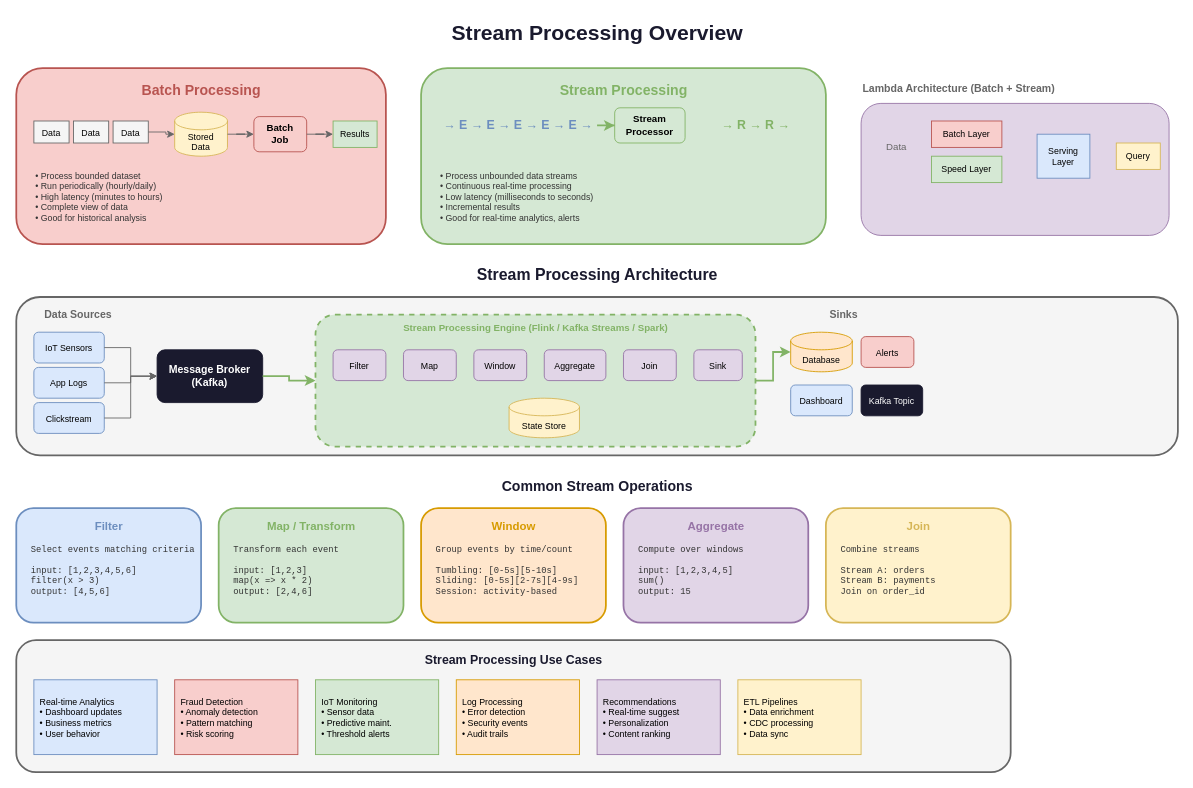
MrParkerZ7/document-lesson-software-architect-x-claude keeps this draw.io diagram as lesson-02-event-driven-architecture/diagrams/4.1-stream-processing-overview.drawio. Above is the earlier version. Source tidied: cells renumbered, new cells numbered last; positions are measured from the earlier drawing's top-left corner, leaving out a move shared by most shapes. Both pictures are drawn from the tidied source at 88%, with x=0, y=0 at pixel (16, 15).
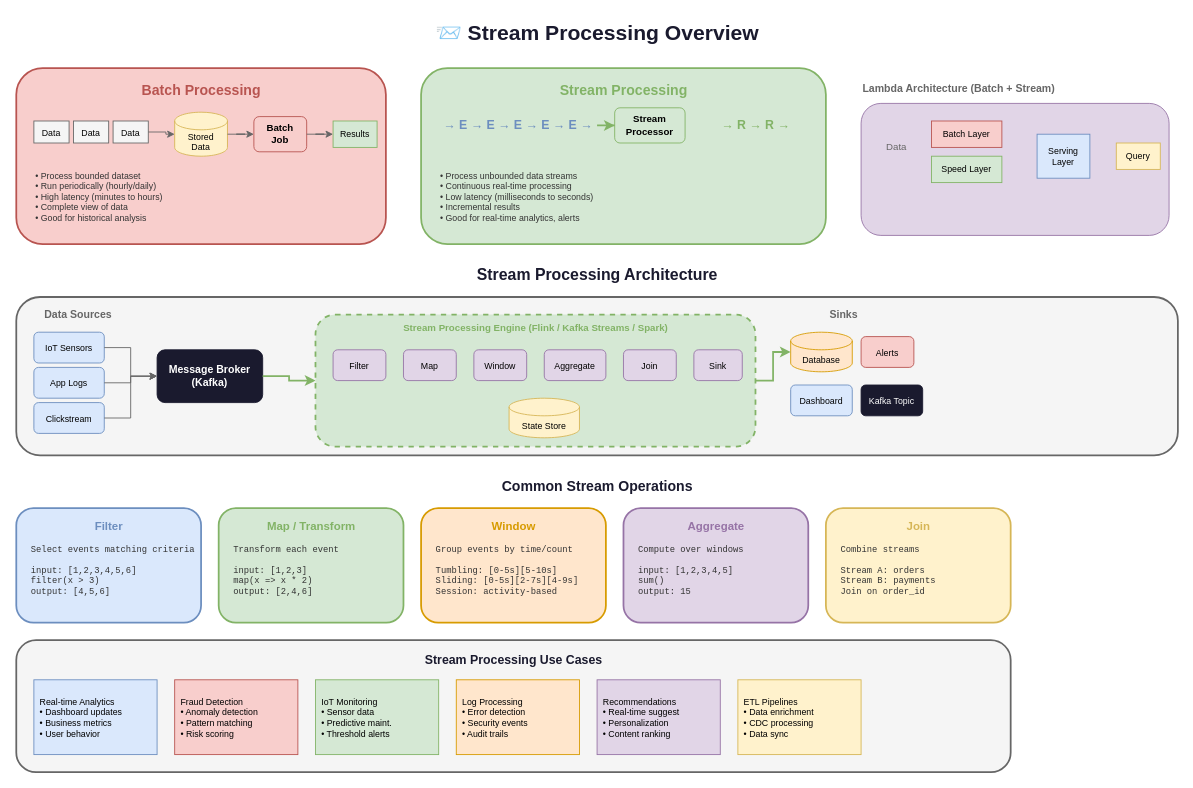
The same page after the edit.

Diff of the diagram source:
```diff
@@
-    <mxCell id="2" value="Stream Processing Overview" style="text;html=1;strokeColor=none;fillColor=none;align=center;verticalAlign=middle;fontSize=24;fontStyle=1;fontColor=#1a1a2e;" parent="1" vertex="1">
+    <mxCell id="2" value="📨 Stream Processing Overview" style="text;html=1;strokeColor=none;fillColor=none;align=center;verticalAlign=middle;fontSize=24;fontStyle=1;fontColor=#1a1a2e;" parent="1" vertex="1">
       <mxGeometry x="460" width="400" height="40" as="geometry" />
     </mxCell>
```
